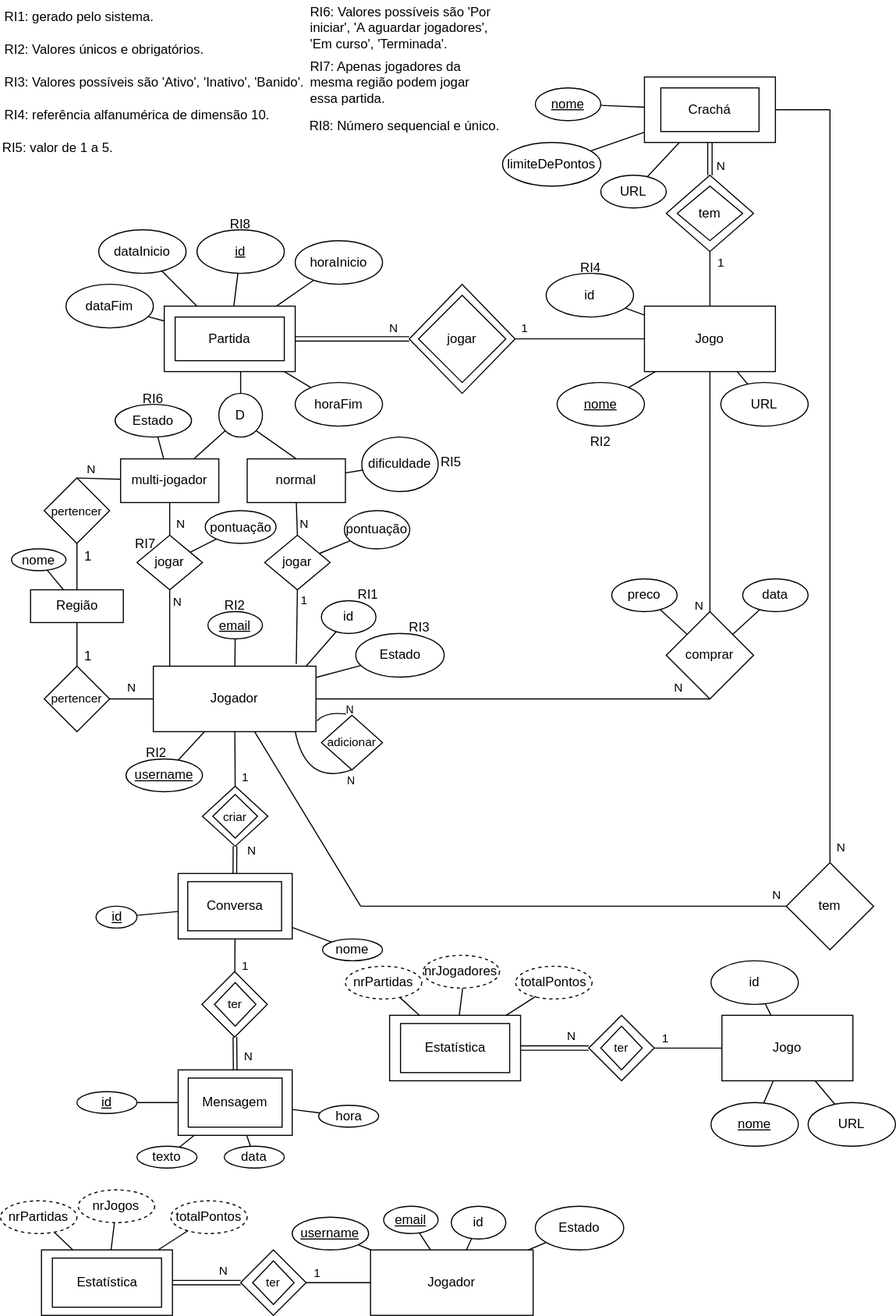
Above: docs/ModeloEA.svg in DiogoFAS/LEIC-42D-SI (draw.io), before the change. Source tidied: cells renumbered, new cells last; positions are measured from the earlier drawing's top-left corner, leaving out a move shared by most shapes.
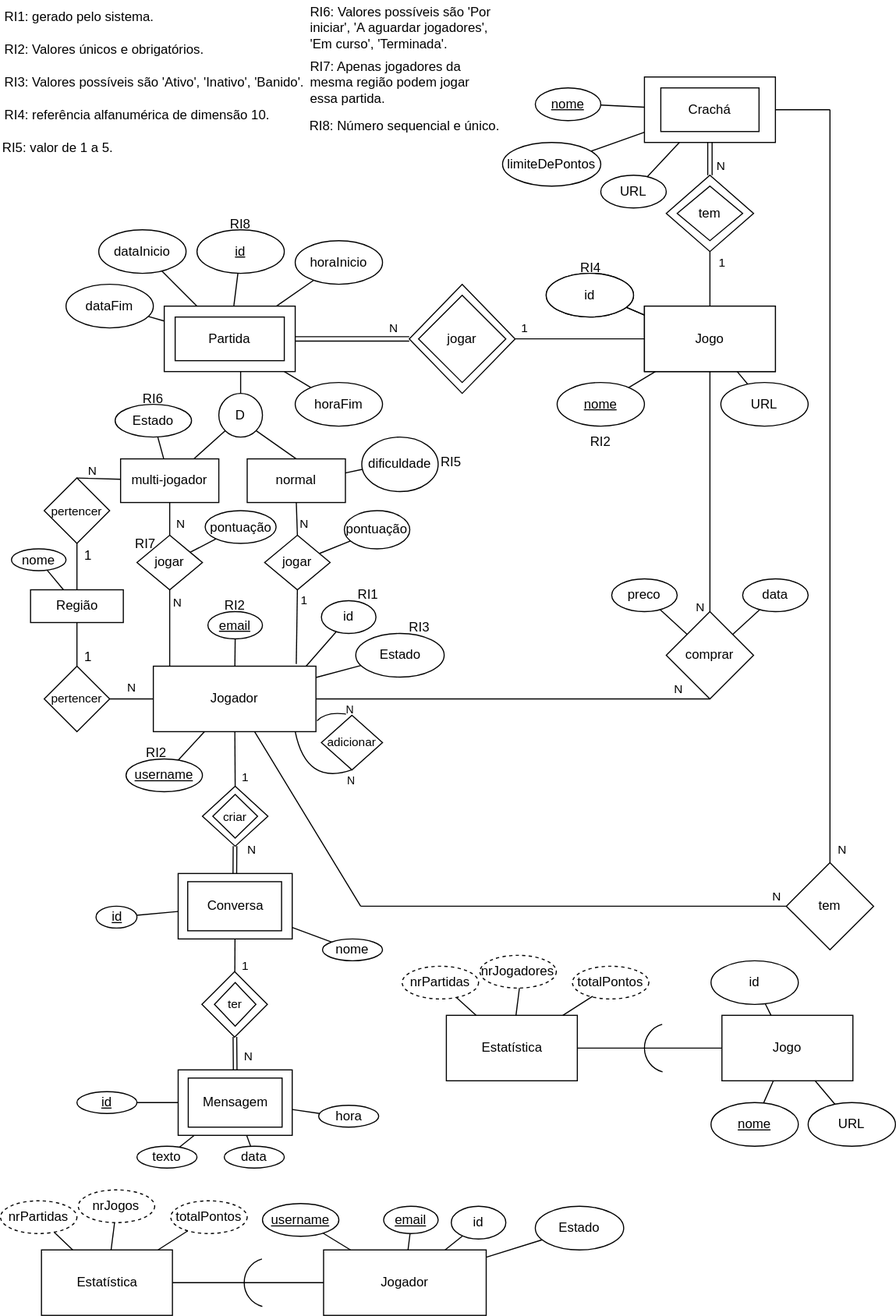
Later version of the same file.

The edit, as a diff of the source:
```diff
@@ -396,7 +396,7 @@
       <mxGeometry x="172" y="987.5" width="86" height="45" as="geometry" />
     </mxCell>
     <mxCell id="121" value="Jogador" style="rounded=0;whiteSpace=wrap;html=1;" parent="1" vertex="1">
-      <mxGeometry x="339" y="1145" width="149" height="60" as="geometry" />
+      <mxGeometry x="296" y="1145" width="149" height="60" as="geometry" />
     </mxCell>
     <mxCell id="122" value="id" style="ellipse;whiteSpace=wrap;html=1;" parent="1" vertex="1">
       <mxGeometry x="413" y="1105" width="50" height="30" as="geometry" />
@@ -411,7 +411,7 @@
       <mxGeometry relative="1" as="geometry" />
     </mxCell>
     <mxCell id="126" value="&lt;u&gt;username&lt;/u&gt;" style="ellipse;whiteSpace=wrap;html=1;" parent="1" vertex="1">
-      <mxGeometry x="267.2" y="1115" width="70" height="30" as="geometry" />
+      <mxGeometry x="240" y="1102.5" width="70" height="30" as="geometry" />
     </mxCell>
     <mxCell id="127" style="endArrow=none;html=1;rounded=0;" parent="1" edge="1" source="126" target="121">
       <mxGeometry relative="1" as="geometry" />
@@ -422,31 +422,9 @@
     <mxCell id="129" style="endArrow=none;html=1;rounded=0;" parent="1" edge="1" source="128" target="121">
       <mxGeometry relative="1" as="geometry" />
     </mxCell>
-    <mxCell id="130" value="ter" style="rhombus;whiteSpace=wrap;html=1;fontSize=11;" parent="1" vertex="1">
-      <mxGeometry x="220" y="1145" width="60" height="60" as="geometry" />
-    </mxCell>
-    <mxCell id="131" style="rhombus;whiteSpace=wrap;html=1;fontSize=11;fillColor=none;" parent="1" vertex="1">
-      <mxGeometry x="231" y="1155" width="38" height="40" as="geometry" />
-    </mxCell>
-    <mxCell id="132" style="endArrow=none;html=1;rounded=0;exitX=1;exitY=0.5;exitDx=0;exitDy=0;entryX=0;entryY=0.5;entryDx=0;entryDy=0;" parent="1" edge="1" source="130" target="121">
-      <mxGeometry relative="1" as="geometry" />
-    </mxCell>
-    <mxCell id="133" value="1" style="edgeLabel;html=1;align=center;verticalAlign=middle;" parent="132" vertex="1">
-      <mxGeometry x="-0.41" y="1" relative="1" as="geometry">
-        <mxPoint x="-8" y="-8" as="offset" />
-      </mxGeometry>
-    </mxCell>
     <mxCell id="134" value="Estatística" style="rounded=0;whiteSpace=wrap;html=1;" parent="1" vertex="1">
       <mxGeometry x="37.5" y="1145" width="120" height="60" as="geometry" />
     </mxCell>
-    <mxCell id="135" style="endArrow=none;html=1;rounded=0;exitX=1;exitY=0.5;exitDx=0;exitDy=0;entryX=0;entryY=0.5;entryDx=0;entryDy=0;shape=link;" parent="1" edge="1" source="134" target="130">
-      <mxGeometry relative="1" as="geometry" />
-    </mxCell>
-    <mxCell id="136" value="N" style="edgeLabel;html=1;align=center;verticalAlign=middle;" parent="135" vertex="1">
-      <mxGeometry x="0.16" y="1" relative="1" as="geometry">
-        <mxPoint x="10" y="-10" as="offset" />
-      </mxGeometry>
-    </mxCell>
     <mxCell id="137" value="nrPartidas" style="ellipse;whiteSpace=wrap;html=1;dashed=1;" parent="1" vertex="1">
       <mxGeometry y="1100" width="70" height="30" as="geometry" />
     </mxCell>
@@ -465,9 +443,6 @@
     <mxCell id="142" style="endArrow=none;html=1;rounded=0;" parent="1" edge="1" source="134" target="141">
       <mxGeometry relative="1" as="geometry" />
     </mxCell>
-    <mxCell id="143" style="rounded=0;whiteSpace=wrap;html=1;fillColor=none;" parent="1" vertex="1">
-      <mxGeometry x="47.5" y="1152.5" width="100" height="45" as="geometry" />
-    </mxCell>
     <mxCell id="144" value="Jogo" style="rounded=0;whiteSpace=wrap;html=1;" parent="1" vertex="1">
       <mxGeometry x="661" y="930" width="120" height="60" as="geometry" />
     </mxCell>
@@ -489,56 +464,31 @@
     <mxCell id="150" style="endArrow=none;html=1;rounded=0;" parent="1" edge="1" source="144" target="149">
       <mxGeometry relative="1" as="geometry" />
     </mxCell>
-    <mxCell id="151" value="ter" style="rhombus;whiteSpace=wrap;html=1;fontSize=11;" parent="1" vertex="1">
-      <mxGeometry x="539" y="930" width="60" height="60" as="geometry" />
-    </mxCell>
-    <mxCell id="152" style="rhombus;whiteSpace=wrap;html=1;fontSize=11;fillColor=none;" parent="1" vertex="1">
-      <mxGeometry x="550" y="940" width="38" height="40" as="geometry" />
-    </mxCell>
     <mxCell id="153" value="Estatística" style="rounded=0;whiteSpace=wrap;html=1;" parent="1" vertex="1">
-      <mxGeometry x="356.5" y="930" width="120" height="60" as="geometry" />
+      <mxGeometry x="408.5" y="930" width="120" height="60" as="geometry" />
     </mxCell>
-    <mxCell id="154" style="endArrow=none;html=1;rounded=0;exitX=1;exitY=0.5;exitDx=0;exitDy=0;entryX=0;entryY=0.5;entryDx=0;entryDy=0;shape=link;" parent="1" edge="1" source="153" target="151">
-      <mxGeometry relative="1" as="geometry" />
-    </mxCell>
-    <mxCell id="155" value="N" style="edgeLabel;html=1;align=center;verticalAlign=middle;" parent="154" vertex="1">
-      <mxGeometry x="0.16" y="1" relative="1" as="geometry">
-        <mxPoint x="10" y="-10" as="offset" />
-      </mxGeometry>
-    </mxCell>
     <mxCell id="156" value="nrPartidas" style="ellipse;whiteSpace=wrap;html=1;dashed=1;" parent="1" vertex="1">
-      <mxGeometry x="316" y="885" width="70" height="30" as="geometry" />
+      <mxGeometry x="368" y="885" width="70" height="30" as="geometry" />
     </mxCell>
     <mxCell id="157" style="endArrow=none;html=1;rounded=0;" parent="1" edge="1" source="153" target="156">
       <mxGeometry relative="1" as="geometry" />
     </mxCell>
     <mxCell id="158" value="nrJogadores" style="ellipse;whiteSpace=wrap;html=1;dashed=1;" parent="1" vertex="1">
-      <mxGeometry x="387.2" y="875" width="70" height="30" as="geometry" />
+      <mxGeometry x="439.2" y="875" width="70" height="30" as="geometry" />
     </mxCell>
     <mxCell id="159" style="endArrow=none;html=1;rounded=0;" parent="1" edge="1" source="153">
       <mxGeometry relative="1" as="geometry">
-        <mxPoint x="423.5" y="905" as="targetPoint" />
+        <mxPoint x="475.5" y="905" as="targetPoint" />
       </mxGeometry>
     </mxCell>
     <mxCell id="160" value="totalPontos" style="ellipse;whiteSpace=wrap;html=1;dashed=1;" parent="1" vertex="1">
-      <mxGeometry x="472" y="885" width="70" height="30" as="geometry" />
+      <mxGeometry x="524" y="885" width="70" height="30" as="geometry" />
     </mxCell>
     <mxCell id="161" style="endArrow=none;html=1;rounded=0;" parent="1" edge="1" source="153">
       <mxGeometry relative="1" as="geometry">
-        <mxPoint x="490.6" y="912.5" as="targetPoint" />
+        <mxPoint x="542.6" y="912.5" as="targetPoint" />
       </mxGeometry>
     </mxCell>
-    <mxCell id="162" style="rounded=0;whiteSpace=wrap;html=1;fillColor=none;" parent="1" vertex="1">
-      <mxGeometry x="366.5" y="937.5" width="100" height="45" as="geometry" />
-    </mxCell>
-    <mxCell id="163" style="endArrow=none;html=1;rounded=0;exitX=1;exitY=0.5;exitDx=0;exitDy=0;entryX=0;entryY=0.5;entryDx=0;entryDy=0;" parent="1" edge="1" source="151" target="144">
-      <mxGeometry relative="1" as="geometry" />
-    </mxCell>
-    <mxCell id="164" value="1" style="edgeLabel;html=1;align=center;verticalAlign=middle;" parent="163" vertex="1">
-      <mxGeometry x="-0.41" y="1" relative="1" as="geometry">
-        <mxPoint x="-8" y="-8" as="offset" />
-      </mxGeometry>
-    </mxCell>
     <mxCell id="165" value="RI2" style="text;html=1;strokeColor=none;fillColor=none;align=center;verticalAlign=middle;whiteSpace=wrap;rounded=0;" parent="1" vertex="1">
       <mxGeometry x="184.5" y="540" width="60" height="30" as="geometry" />
     </mxCell>
@@ -593,5 +543,26 @@
     <mxCell id="182" value="RI8" style="text;html=1;strokeColor=none;fillColor=none;align=center;verticalAlign=middle;whiteSpace=wrap;rounded=0;" parent="1" vertex="1">
       <mxGeometry x="190" y="190" width="60" height="30" as="geometry" />
     </mxCell>
+    <mxCell id="183" style="endArrow=none;html=1;rounded=0;exitX=1;exitY=0.5;exitDx=0;exitDy=0;entryX=0;entryY=0.5;entryDx=0;entryDy=0;" parent="1" edge="1" source="134" target="121">
+      <mxGeometry relative="1" as="geometry" />
+    </mxCell>
+    <mxCell id="184" style="verticalLabelPosition=bottom;verticalAlign=top;html=1;shape=mxgraph.basic.arc;startAngle=0.5394008173563078;endAngle=0.9580289579934987;" parent="1" vertex="1">
+      <mxGeometry x="223.2" y="1152.5" width="44" height="45" as="geometry" />
+    </mxCell>
+    <mxCell id="185" style="endArrow=none;html=1;rounded=0;exitX=1;exitY=0.5;exitDx=0;exitDy=0;entryX=0;entryY=0.5;entryDx=0;entryDy=0;" parent="1" edge="1" source="153" target="144">
+      <mxGeometry relative="1" as="geometry" />
+    </mxCell>
+    <mxCell id="186" style="verticalLabelPosition=bottom;verticalAlign=top;html=1;shape=mxgraph.basic.arc;startAngle=0.5394008173563078;endAngle=0.9580289579934987;" parent="1" vertex="1">
+      <mxGeometry x="590" y="937.5" width="44" height="45" as="geometry" />
+    </mxCell>
+    <mxCell id="187" value="id" style="ellipse;whiteSpace=wrap;html=1;" parent="1" vertex="1">
+      <mxGeometry x="500" y="250" width="80" height="40" as="geometry" />
+    </mxCell>
+    <mxCell id="188" style="endArrow=none;html=1;rounded=0;" parent="1" edge="1" source="187" target="189">
+      <mxGeometry relative="1" as="geometry" />
+    </mxCell>
+    <mxCell id="189" value="Jogo" style="rounded=0;whiteSpace=wrap;html=1;" parent="1" vertex="1">
+      <mxGeometry x="590" y="280" width="120" height="60" as="geometry" />
+    </mxCell>
   </root>
 </mxGraphModel>
```
